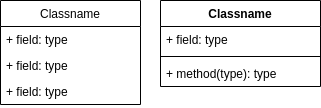
Above: classes.drawio.png in dbserver/desafio-pos-java (draw.io), before the change. Source tidied: cells renumbered, new cells last; positions are measured from the earlier drawing's top-left corner, leaving out a move shared by most shapes.
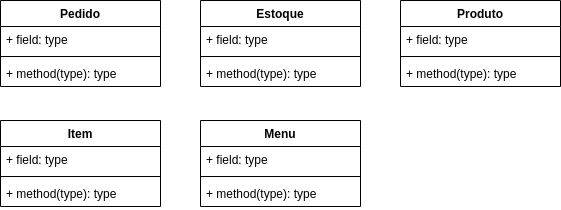
Later version of the same file.

Change to the diagram source:
```diff
@@ -2,19 +2,7 @@
   <root>
     <mxCell id="0" />
     <mxCell id="1" parent="0" />
-    <mxCell id="2" value="Classname" style="swimlane;fontStyle=0;horizontal=1;startSize=26;fillColor=none;" parent="1" vertex="1">
-      <mxGeometry width="140" height="104" as="geometry" />
-    </mxCell>
-    <mxCell id="3" value="+ field: type" style="text;strokeColor=none;fillColor=none;align=left;verticalAlign=top;spacingLeft=4;spacingRight=4;overflow=hidden;" parent="2" vertex="1">
-      <mxGeometry y="26" width="140" height="26" as="geometry" />
-    </mxCell>
-    <mxCell id="4" value="+ field: type" style="text;strokeColor=none;fillColor=none;align=left;verticalAlign=top;spacingLeft=4;spacingRight=4;overflow=hidden;" parent="2" vertex="1">
-      <mxGeometry y="52" width="140" height="26" as="geometry" />
-    </mxCell>
-    <mxCell id="5" value="+ field: type" style="text;strokeColor=none;fillColor=none;align=left;verticalAlign=top;spacingLeft=4;spacingRight=4;overflow=hidden;" parent="2" vertex="1">
-      <mxGeometry y="78" width="140" height="26" as="geometry" />
-    </mxCell>
-    <mxCell id="6" value="Classname" style="swimlane;fontStyle=1;align=center;verticalAlign=top;horizontal=1;startSize=26;" parent="1" vertex="1">
+    <mxCell id="6" value="Pedido" style="swimlane;fontStyle=1;align=center;verticalAlign=top;horizontal=1;startSize=26;" parent="1" vertex="1">
       <mxGeometry x="160" width="160" height="86" as="geometry" />
     </mxCell>
     <mxCell id="7" value="+ field: type" style="text;strokeColor=none;fillColor=none;align=left;verticalAlign=top;spacingLeft=4;spacingRight=4;overflow=hidden;" parent="6" vertex="1">
@@ -26,5 +14,53 @@
     <mxCell id="9" value="+ method(type): type" style="text;strokeColor=none;fillColor=none;align=left;verticalAlign=top;spacingLeft=4;spacingRight=4;overflow=hidden;" parent="6" vertex="1">
       <mxGeometry y="60" width="160" height="26" as="geometry" />
     </mxCell>
+    <mxCell id="10" value="Estoque" style="swimlane;fontStyle=1;align=center;verticalAlign=top;horizontal=1;startSize=26;" parent="1" vertex="1">
+      <mxGeometry x="360" width="160" height="86" as="geometry" />
+    </mxCell>
+    <mxCell id="11" value="+ field: type" style="text;strokeColor=none;fillColor=none;align=left;verticalAlign=top;spacingLeft=4;spacingRight=4;overflow=hidden;" parent="10" vertex="1">
+      <mxGeometry y="26" width="160" height="26" as="geometry" />
+    </mxCell>
+    <mxCell id="12" style="line;strokeWidth=1;fillColor=none;align=left;verticalAlign=middle;spacingTop=-1;spacingLeft=3;spacingRight=3;labelPosition=right;strokeColor=inherit;" parent="10" vertex="1">
+      <mxGeometry y="52" width="160" height="8" as="geometry" />
+    </mxCell>
+    <mxCell id="13" value="+ method(type): type" style="text;strokeColor=none;fillColor=none;align=left;verticalAlign=top;spacingLeft=4;spacingRight=4;overflow=hidden;" parent="10" vertex="1">
+      <mxGeometry y="60" width="160" height="26" as="geometry" />
+    </mxCell>
+    <mxCell id="14" value="Produto" style="swimlane;fontStyle=1;align=center;verticalAlign=top;horizontal=1;startSize=26;" parent="1" vertex="1">
+      <mxGeometry x="560" width="160" height="86" as="geometry" />
+    </mxCell>
+    <mxCell id="15" value="+ field: type" style="text;strokeColor=none;fillColor=none;align=left;verticalAlign=top;spacingLeft=4;spacingRight=4;overflow=hidden;" parent="14" vertex="1">
+      <mxGeometry y="26" width="160" height="26" as="geometry" />
+    </mxCell>
+    <mxCell id="16" style="line;strokeWidth=1;fillColor=none;align=left;verticalAlign=middle;spacingTop=-1;spacingLeft=3;spacingRight=3;labelPosition=right;strokeColor=inherit;" parent="14" vertex="1">
+      <mxGeometry y="52" width="160" height="8" as="geometry" />
+    </mxCell>
+    <mxCell id="17" value="+ method(type): type" style="text;strokeColor=none;fillColor=none;align=left;verticalAlign=top;spacingLeft=4;spacingRight=4;overflow=hidden;" parent="14" vertex="1">
+      <mxGeometry y="60" width="160" height="26" as="geometry" />
+    </mxCell>
+    <mxCell id="18" value="Menu" style="swimlane;fontStyle=1;align=center;verticalAlign=top;horizontal=1;startSize=26;" parent="1" vertex="1">
+      <mxGeometry x="360" y="120" width="160" height="86" as="geometry" />
+    </mxCell>
+    <mxCell id="19" value="+ field: type" style="text;strokeColor=none;fillColor=none;align=left;verticalAlign=top;spacingLeft=4;spacingRight=4;overflow=hidden;" parent="18" vertex="1">
+      <mxGeometry y="26" width="160" height="26" as="geometry" />
+    </mxCell>
+    <mxCell id="20" style="line;strokeWidth=1;fillColor=none;align=left;verticalAlign=middle;spacingTop=-1;spacingLeft=3;spacingRight=3;labelPosition=right;strokeColor=inherit;" parent="18" vertex="1">
+      <mxGeometry y="52" width="160" height="8" as="geometry" />
+    </mxCell>
+    <mxCell id="21" value="+ method(type): type" style="text;strokeColor=none;fillColor=none;align=left;verticalAlign=top;spacingLeft=4;spacingRight=4;overflow=hidden;" parent="18" vertex="1">
+      <mxGeometry y="60" width="160" height="26" as="geometry" />
+    </mxCell>
+    <mxCell id="22" value="Item" style="swimlane;fontStyle=1;align=center;verticalAlign=top;horizontal=1;startSize=26;" parent="1" vertex="1">
+      <mxGeometry x="160" y="120" width="160" height="86" as="geometry" />
+    </mxCell>
+    <mxCell id="23" value="+ field: type" style="text;strokeColor=none;fillColor=none;align=left;verticalAlign=top;spacingLeft=4;spacingRight=4;overflow=hidden;" parent="22" vertex="1">
+      <mxGeometry y="26" width="160" height="26" as="geometry" />
+    </mxCell>
+    <mxCell id="24" style="line;strokeWidth=1;fillColor=none;align=left;verticalAlign=middle;spacingTop=-1;spacingLeft=3;spacingRight=3;labelPosition=right;strokeColor=inherit;" parent="22" vertex="1">
+      <mxGeometry y="52" width="160" height="8" as="geometry" />
+    </mxCell>
+    <mxCell id="25" value="+ method(type): type" style="text;strokeColor=none;fillColor=none;align=left;verticalAlign=top;spacingLeft=4;spacingRight=4;overflow=hidden;" parent="22" vertex="1">
+      <mxGeometry y="60" width="160" height="26" as="geometry" />
+    </mxCell>
   </root>
 </mxGraphModel>
```
